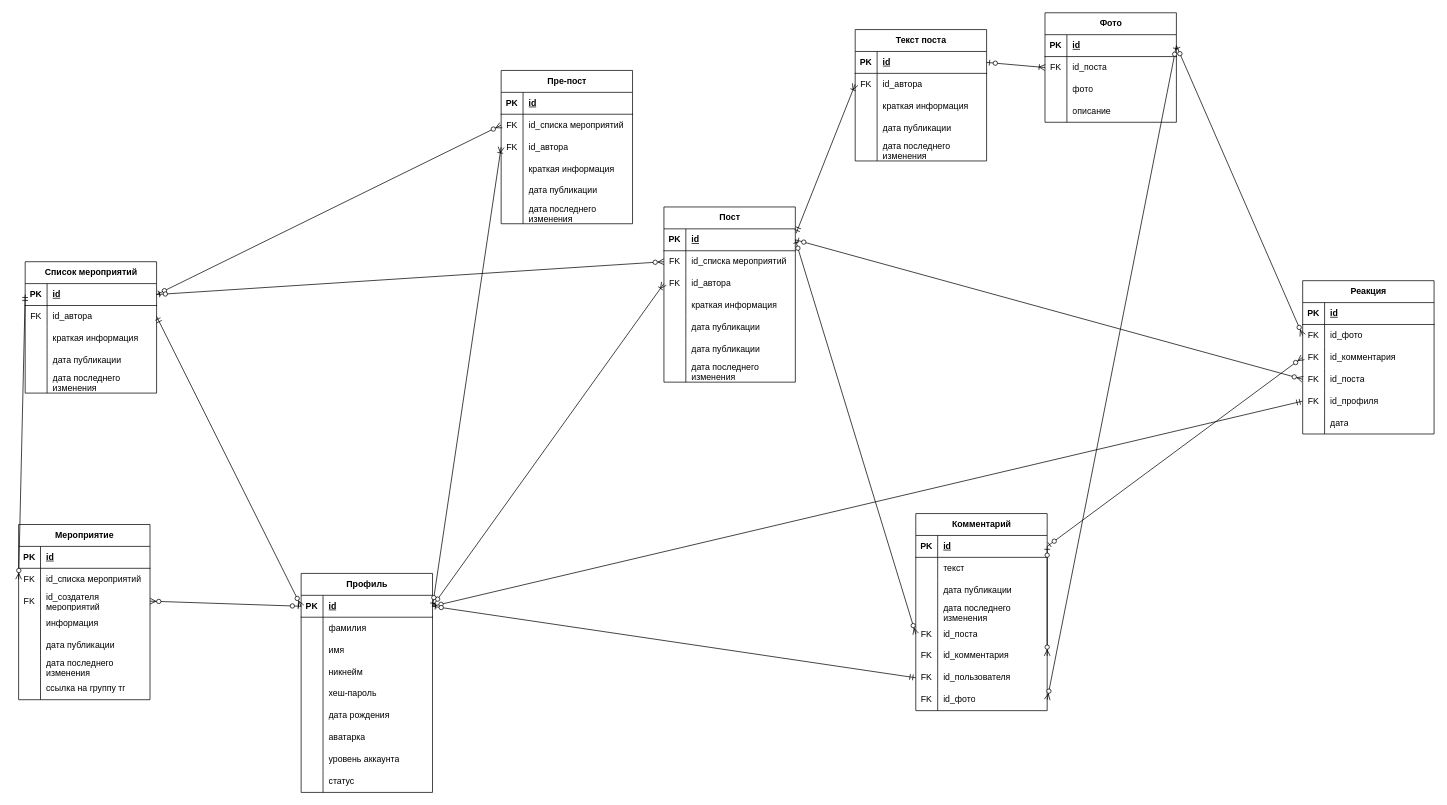
The draw.io diagram База данных.drawio in Twinsiller/-, before the edit. Source tidied: cells renumbered, new cells numbered last; positions are measured from the earlier drawing's top-left corner, leaving out a move shared by most shapes. Both pictures are drawn from the tidied source at 73%, with x=0, y=0 at pixel (18, 12).
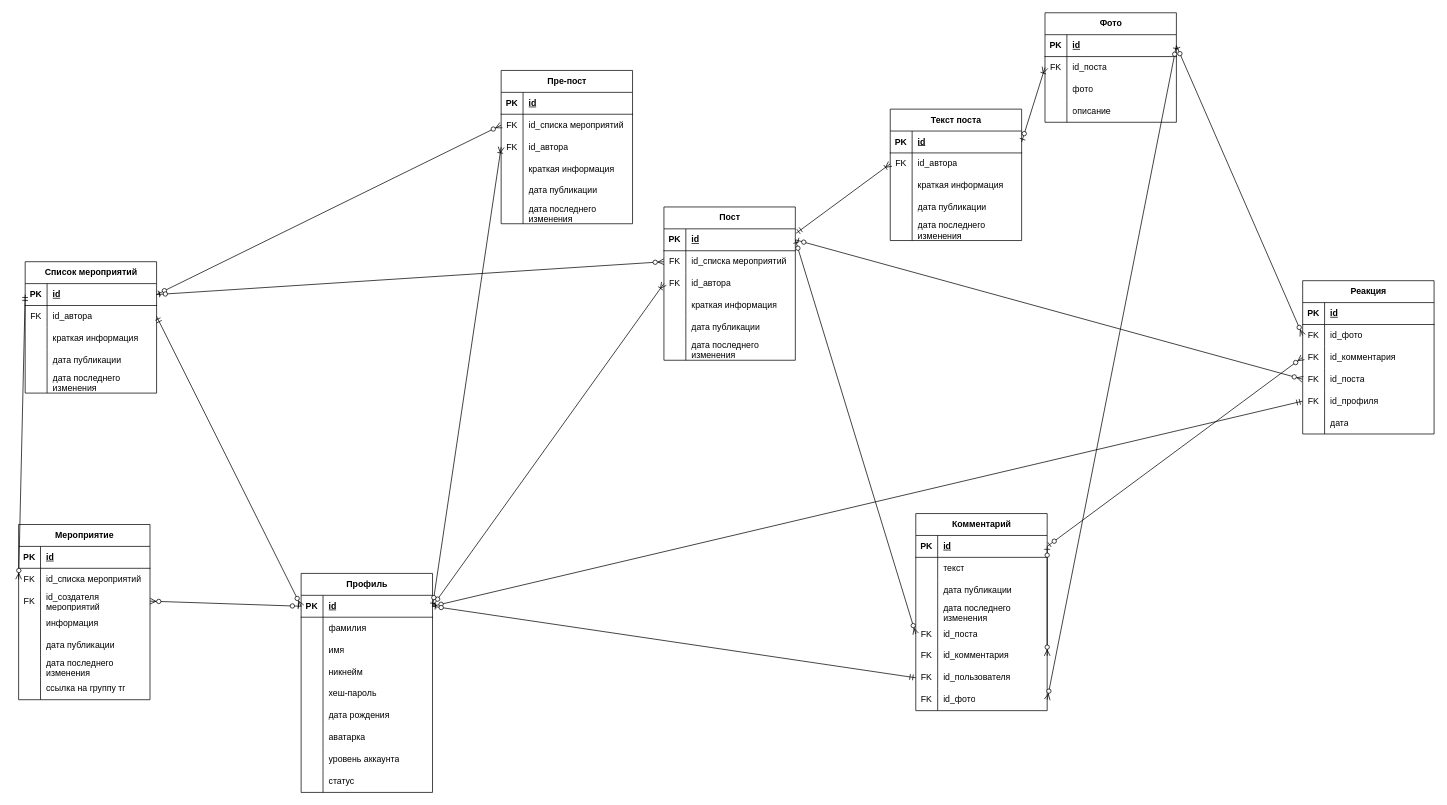
The same page after the edit.

Change to the diagram source:
```diff
@@
     <mxCell id="30" value="Пост" style="shape=table;startSize=30;childLayout=tableLayout;rowLines=0;fontStyle=1;align=center;html=1;labelBackgroundColor=none;" parent="1" vertex="1">
-      <mxGeometry x="884" y="266" width="180" height="240" as="geometry" />
+      <mxGeometry x="884" y="266" width="180" height="210" as="geometry" />
     </mxCell>
@@
-    <mxCell id="43" style="shape=tableRow;horizontal=0;startSize=0;swimlaneHead=0;swimlaneBody=0;fillColor=none;top=0;left=0;right=0;bottom=0;labelBackgroundColor=none;" parent="30" vertex="1">
-      <mxGeometry y="150" width="180" height="30" as="geometry" />
-    </mxCell>
-    <mxCell id="44" style="shape=partialRectangle;fillColor=none;top=0;left=0;bottom=0;right=0;overflow=hidden;whiteSpace=wrap;html=1;labelBackgroundColor=none;" parent="43" vertex="1">
-      <mxGeometry width="30" height="30" as="geometry" />
-    </mxCell>
-    <mxCell id="45" value="дата публикации" style="shape=partialRectangle;fillColor=none;top=0;left=0;bottom=0;right=0;align=left;spacingLeft=6;overflow=hidden;whiteSpace=wrap;html=1;labelBackgroundColor=none;" parent="43" vertex="1">
-      <mxGeometry x="30" width="150" height="30" as="geometry" />
-    </mxCell>
     <mxCell id="46" style="shape=tableRow;horizontal=0;startSize=0;swimlaneHead=0;swimlaneBody=0;fillColor=none;top=0;left=0;right=0;bottom=0;labelBackgroundColor=none;" parent="30" vertex="1">
-      <mxGeometry y="180" width="180" height="30" as="geometry" />
+      <mxGeometry y="150" width="180" height="30" as="geometry" />
     </mxCell>
@@
     <mxCell id="49" style="shape=tableRow;horizontal=0;startSize=0;swimlaneHead=0;swimlaneBody=0;fillColor=none;top=0;left=0;right=0;bottom=0;labelBackgroundColor=none;" parent="30" vertex="1">
-      <mxGeometry y="210" width="180" height="30" as="geometry" />
+      <mxGeometry y="180" width="180" height="30" as="geometry" />
     </mxCell>
@@
     <mxCell id="118" value="Текст поста" style="shape=table;startSize=30;childLayout=tableLayout;rowLines=0;fontStyle=1;align=center;html=1;labelBackgroundColor=none;" parent="1" vertex="1">
-      <mxGeometry x="1146" y="23" width="180" height="180" as="geometry" />
+      <mxGeometry x="1194" y="132" width="180" height="180" as="geometry" />
     </mxCell>
```
